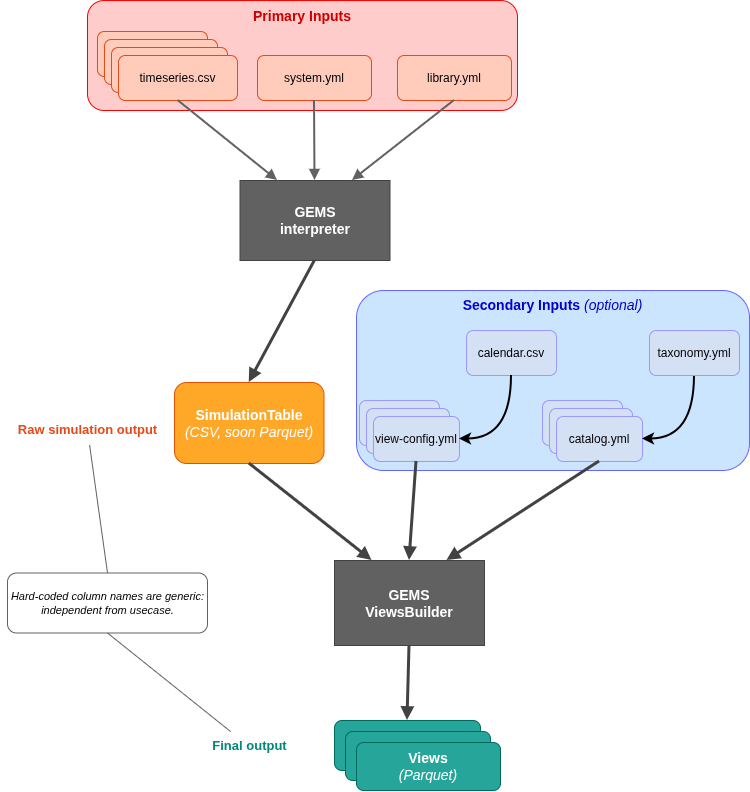
AntaresSimulatorTeam/GEMS keeps this draw.io diagram as doc/assets/architectural_overview.png. Above is the earlier version. Source tidied: cells renumbered, new cells last; positions are measured from the earlier drawing's top-left corner, leaving out a move shared by most shapes.
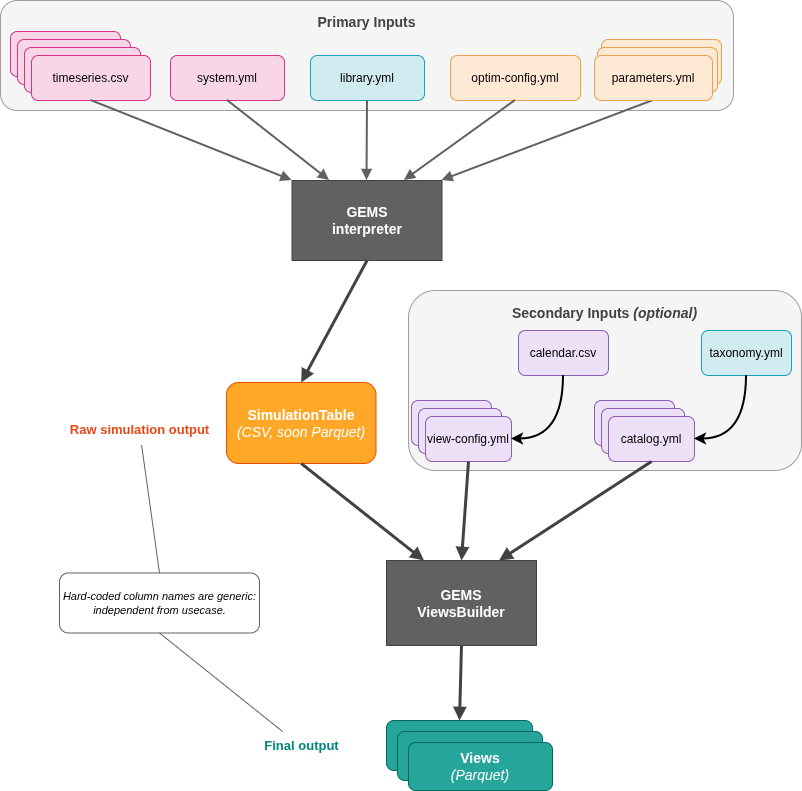
The same file after the commit.

Commit message:
update diagram architectural overview

What changed in the source:
```diff
@@ -2,10 +2,10 @@
   <root>
     <mxCell id="0" />
     <mxCell id="1" parent="0" />
-    <mxCell id="2" value="&lt;div&gt;&lt;b style=&quot;font-size: 14px; white-space: nowrap;&quot;&gt;&lt;font style=&quot;color: rgb(204, 0, 0);&quot;&gt;&lt;b style=&quot;&quot;&gt;Primary Inputs&lt;/b&gt;&lt;/font&gt;&lt;/b&gt;&lt;/div&gt;&lt;div&gt;&lt;br&gt;&lt;/div&gt;&lt;div&gt;&lt;br&gt;&lt;/div&gt;&lt;div&gt;&lt;b style=&quot;font-size: 14px; white-space: nowrap;&quot;&gt;&lt;font style=&quot;color: rgb(204, 0, 0);&quot;&gt;&lt;b style=&quot;&quot;&gt;&lt;br&gt;&lt;/b&gt;&lt;/font&gt;&lt;/b&gt;&lt;/div&gt;&lt;div&gt;&lt;b style=&quot;font-size: 14px; white-space: nowrap;&quot;&gt;&lt;font style=&quot;color: rgb(204, 0, 0);&quot;&gt;&lt;b style=&quot;&quot;&gt;&lt;br&gt;&lt;/b&gt;&lt;/font&gt;&lt;/b&gt;&lt;/div&gt;&lt;div&gt;&lt;b style=&quot;color: rgb(230, 74, 25); font-size: 14px; white-space: nowrap;&quot;&gt;&lt;font style=&quot;color: rgb(153, 153, 255);&quot;&gt;&lt;b style=&quot;color: rgb(230, 74, 25);&quot;&gt;&lt;br&gt;&lt;/b&gt;&lt;/font&gt;&lt;/b&gt;&lt;/div&gt;" style="rounded=1;whiteSpace=wrap;html=1;strokeColor=#FF0000;fillColor=#FFCCCC;" parent="1" vertex="1">
-      <mxGeometry x="87" width="430" height="110" as="geometry" />
+    <mxCell id="2" value="&lt;b style=&quot;font-size: 14px;&quot;&gt;Primary Inputs&lt;/b&gt;&lt;div&gt;&lt;b style=&quot;font-size: 14px;&quot;&gt;&lt;br&gt;&lt;/b&gt;&lt;/div&gt;&lt;div&gt;&lt;b style=&quot;font-size: 14px;&quot;&gt;&lt;br&gt;&lt;/b&gt;&lt;/div&gt;&lt;div&gt;&lt;b style=&quot;font-size: 14px;&quot;&gt;&lt;br&gt;&lt;/b&gt;&lt;/div&gt;&lt;div&gt;&lt;b style=&quot;font-size: 14px;&quot;&gt;&lt;br&gt;&lt;/b&gt;&lt;/div&gt;" style="rounded=1;whiteSpace=wrap;html=1;strokeColor=#9E9E9E;fillColor=#F5F5F5;fontColor=#424242;" parent="1" vertex="1">
+      <mxGeometry x="-52" width="733" height="110" as="geometry" />
     </mxCell>
-    <mxCell id="3" value="&lt;span style=&quot;font-size: 14px; white-space: nowrap;&quot;&gt;&lt;font style=&quot;color: rgb(0, 0, 204);&quot;&gt;&lt;b&gt;Secondary Inputs &lt;/b&gt;&lt;i style=&quot;&quot;&gt;(optional)&lt;/i&gt;&lt;/font&gt;&lt;/span&gt;&lt;div&gt;&lt;b style=&quot;font-size: 14px; white-space: nowrap;&quot;&gt;&lt;font style=&quot;color: rgb(0, 0, 204);&quot;&gt;&lt;br&gt;&lt;/font&gt;&lt;/b&gt;&lt;/div&gt;&lt;div&gt;&lt;b style=&quot;font-size: 14px; white-space: nowrap;&quot;&gt;&lt;font style=&quot;color: rgb(0, 0, 204);&quot;&gt;&lt;br&gt;&lt;/font&gt;&lt;/b&gt;&lt;/div&gt;&lt;div&gt;&lt;b style=&quot;font-size: 14px; white-space: nowrap;&quot;&gt;&lt;font style=&quot;color: rgb(0, 0, 204);&quot;&gt;&lt;br&gt;&lt;/font&gt;&lt;/b&gt;&lt;/div&gt;&lt;div&gt;&lt;b style=&quot;font-size: 14px; white-space: nowrap;&quot;&gt;&lt;font style=&quot;color: rgb(0, 0, 204);&quot;&gt;&lt;br&gt;&lt;/font&gt;&lt;/b&gt;&lt;/div&gt;&lt;div&gt;&lt;b style=&quot;font-size: 14px; white-space: nowrap;&quot;&gt;&lt;font style=&quot;color: rgb(0, 0, 204);&quot;&gt;&lt;br&gt;&lt;/font&gt;&lt;/b&gt;&lt;/div&gt;&lt;div&gt;&lt;b style=&quot;font-size: 14px; white-space: nowrap;&quot;&gt;&lt;font style=&quot;color: rgb(0, 0, 204);&quot;&gt;&lt;br&gt;&lt;/font&gt;&lt;/b&gt;&lt;/div&gt;&lt;div&gt;&lt;b style=&quot;font-size: 14px; white-space: nowrap;&quot;&gt;&lt;font style=&quot;color: rgb(0, 0, 204);&quot;&gt;&lt;br&gt;&lt;/font&gt;&lt;/b&gt;&lt;/div&gt;&lt;div&gt;&lt;b style=&quot;font-size: 14px; white-space: nowrap;&quot;&gt;&lt;font style=&quot;color: rgb(0, 0, 204);&quot;&gt;&lt;br&gt;&lt;/font&gt;&lt;/b&gt;&lt;/div&gt;&lt;div&gt;&lt;b style=&quot;color: rgb(230, 74, 25); font-size: 14px; white-space: nowrap;&quot;&gt;&lt;font style=&quot;color: rgb(153, 153, 255);&quot;&gt;&lt;br&gt;&lt;/font&gt;&lt;/b&gt;&lt;/div&gt;" style="rounded=1;whiteSpace=wrap;html=1;strokeColor=#6666FF;fillColor=#CCE5FF;" parent="1" vertex="1">
+    <mxCell id="3" value="&lt;b style=&quot;font-size: 14px;&quot;&gt;Secondary Inputs &lt;i&gt;(optional)&lt;/i&gt;&lt;/b&gt;&lt;div&gt;&lt;b style=&quot;font-size: 14px;&quot;&gt;&lt;i&gt;&lt;br&gt;&lt;/i&gt;&lt;/b&gt;&lt;/div&gt;&lt;div&gt;&lt;b style=&quot;font-size: 14px;&quot;&gt;&lt;i&gt;&lt;br&gt;&lt;/i&gt;&lt;/b&gt;&lt;/div&gt;&lt;div&gt;&lt;b style=&quot;font-size: 14px;&quot;&gt;&lt;i&gt;&lt;br&gt;&lt;/i&gt;&lt;/b&gt;&lt;/div&gt;&lt;div&gt;&lt;b style=&quot;font-size: 14px;&quot;&gt;&lt;i&gt;&lt;br&gt;&lt;/i&gt;&lt;/b&gt;&lt;/div&gt;&lt;div&gt;&lt;b style=&quot;font-size: 14px;&quot;&gt;&lt;i&gt;&lt;br&gt;&lt;/i&gt;&lt;/b&gt;&lt;/div&gt;&lt;div&gt;&lt;b style=&quot;font-size: 14px;&quot;&gt;&lt;i&gt;&lt;br&gt;&lt;/i&gt;&lt;/b&gt;&lt;/div&gt;&lt;div&gt;&lt;b style=&quot;font-size: 14px;&quot;&gt;&lt;i&gt;&lt;br&gt;&lt;/i&gt;&lt;/b&gt;&lt;/div&gt;&lt;div&gt;&lt;b style=&quot;font-size: 14px;&quot;&gt;&lt;i&gt;&lt;br&gt;&lt;/i&gt;&lt;/b&gt;&lt;/div&gt;" style="rounded=1;whiteSpace=wrap;html=1;strokeColor=#9E9E9E;fillColor=#F5F5F5;fontColor=#424242;" parent="1" vertex="1">
       <mxGeometry x="356" y="290" width="393" height="180" as="geometry" />
     </mxCell>
     <mxCell id="4" value="&lt;i&gt;Hard-coded column names are generic:&lt;br&gt;independent from usecase.&lt;/i&gt;" style="text;html=1;strokeColor=#616161;fillColor=#FFFFFF;align=center;verticalAlign=middle;rounded=1;fontSize=11;" parent="1" vertex="1">
@@ -23,40 +23,43 @@
     <mxCell id="8" value="&lt;b&gt;Final output&lt;/b&gt;" style="text;html=1;strokeColor=none;fillColor=none;align=center;fontSize=13;fontColor=#00897B;" parent="1" vertex="1">
       <mxGeometry x="168.8" y="731" width="160" height="30" as="geometry" />
     </mxCell>
-    <mxCell id="9" value="library.yml" style="rounded=1;whiteSpace=wrap;html=1;fillColor=#FFCCBC;strokeColor=#E64A19;fontStyle=0;fontSize=12;" parent="1" vertex="1">
-      <mxGeometry x="397" y="55" width="114" height="45" as="geometry" />
+    <mxCell id="9" value="library.yml" style="rounded=1;whiteSpace=wrap;html=1;fillColor=#D1ECF1;strokeColor=#17A2B8;fontStyle=0;fontSize=12;" parent="1" vertex="1">
+      <mxGeometry x="258" y="55" width="114" height="45" as="geometry" />
     </mxCell>
-    <mxCell id="10" value="system.yml" style="rounded=1;whiteSpace=wrap;html=1;fillColor=#FFCCBC;strokeColor=#E64A19;fontStyle=0;fontSize=12;" parent="1" vertex="1">
-      <mxGeometry x="257" y="55" width="114" height="45" as="geometry" />
+    <mxCell id="10" value="system.yml" style="rounded=1;whiteSpace=wrap;html=1;fillColor=#F9D6E7;strokeColor=#D63384;fontStyle=0;fontSize=12;" parent="1" vertex="1">
+      <mxGeometry x="118" y="55" width="114" height="45" as="geometry" />
     </mxCell>
-    <mxCell id="11" style="rounded=1;whiteSpace=wrap;html=1;fillColor=#FFCCBC;strokeColor=#E64A19;" parent="1" vertex="1">
-      <mxGeometry x="97" y="31" width="110" height="45" as="geometry" />
+    <mxCell id="11" style="rounded=1;whiteSpace=wrap;html=1;fillColor=#F9D6E7;strokeColor=#D63384;" parent="1" vertex="1">
+      <mxGeometry x="-42" y="31" width="110" height="45" as="geometry" />
     </mxCell>
-    <mxCell id="12" style="rounded=1;whiteSpace=wrap;html=1;fillColor=#FFCCBC;strokeColor=#E64A19;" parent="1" vertex="1">
-      <mxGeometry x="104" y="39" width="113" height="45" as="geometry" />
+    <mxCell id="12" style="rounded=1;whiteSpace=wrap;html=1;fillColor=#F9D6E7;strokeColor=#D63384;" parent="1" vertex="1">
+      <mxGeometry x="-35" y="39" width="113" height="45" as="geometry" />
     </mxCell>
-    <mxCell id="13" style="rounded=1;whiteSpace=wrap;html=1;fillColor=#FFCCBC;strokeColor=#E64A19;" parent="1" vertex="1">
-      <mxGeometry x="111" y="47" width="116" height="45" as="geometry" />
+    <mxCell id="13" style="rounded=1;whiteSpace=wrap;html=1;fillColor=#F9D6E7;strokeColor=#D63384;" parent="1" vertex="1">
+      <mxGeometry x="-28" y="47" width="116" height="45" as="geometry" />
     </mxCell>
-    <mxCell id="14" value="timeseries.csv" style="rounded=1;whiteSpace=wrap;html=1;fillColor=#FFCCBC;strokeColor=#E64A19;fontStyle=0;fontSize=12;" parent="1" vertex="1">
-      <mxGeometry x="118" y="55" width="119" height="45" as="geometry" />
+    <mxCell id="14" value="timeseries.csv" style="rounded=1;whiteSpace=wrap;html=1;fillColor=#F9D6E7;strokeColor=#D63384;fontStyle=0;fontSize=12;" parent="1" vertex="1">
+      <mxGeometry x="-21" y="55" width="119" height="45" as="geometry" />
     </mxCell>
+    <mxCell id="39" value="optim-config.yml" style="rounded=1;whiteSpace=wrap;html=1;fillColor=#FEE9D4;strokeColor=#E8A14E;fontStyle=0;fontSize=12;" parent="1" vertex="1">
+      <mxGeometry x="398" y="55" width="130" height="45" as="geometry" />
+    </mxCell>
-    <mxCell id="15" style="rounded=1;whiteSpace=wrap;html=1;fillColor=#D4E1F5;strokeColor=#9999FF;" parent="1" vertex="1">
+    <mxCell id="15" style="rounded=1;whiteSpace=wrap;html=1;fillColor=#EDE0F7;strokeColor=#8B5FB5;" parent="1" vertex="1">
       <mxGeometry x="542" y="400" width="80" height="45" as="geometry" />
     </mxCell>
-    <mxCell id="16" style="rounded=1;whiteSpace=wrap;html=1;fillColor=#D4E1F5;strokeColor=#9999FF;" parent="1" vertex="1">
+    <mxCell id="16" style="rounded=1;whiteSpace=wrap;html=1;fillColor=#EDE0F7;strokeColor=#8B5FB5;" parent="1" vertex="1">
       <mxGeometry x="549" y="408" width="83" height="45" as="geometry" />
     </mxCell>
-    <mxCell id="17" value="catalog.yml" style="rounded=1;whiteSpace=wrap;html=1;fillColor=#D4E1F5;strokeColor=#9999FF;fontStyle=0;fontSize=12;" parent="1" vertex="1">
+    <mxCell id="17" value="catalog.yml" style="rounded=1;whiteSpace=wrap;html=1;fillColor=#EDE0F7;strokeColor=#8B5FB5;fontStyle=0;fontSize=12;" parent="1" vertex="1">
       <mxGeometry x="556" y="416" width="86" height="45" as="geometry" />
     </mxCell>
-    <mxCell id="18" style="rounded=1;whiteSpace=wrap;html=1;fillColor=#D4E1F5;strokeColor=#9999FF;" parent="1" vertex="1">
+    <mxCell id="18" style="rounded=1;whiteSpace=wrap;html=1;fillColor=#EDE0F7;strokeColor=#8B5FB5;" parent="1" vertex="1">
       <mxGeometry x="359" y="400" width="80" height="45" as="geometry" />
     </mxCell>
-    <mxCell id="19" style="rounded=1;whiteSpace=wrap;html=1;fillColor=#D4E1F5;strokeColor=#9999FF;" parent="1" vertex="1">
+    <mxCell id="19" style="rounded=1;whiteSpace=wrap;html=1;fillColor=#EDE0F7;strokeColor=#8B5FB5;" parent="1" vertex="1">
       <mxGeometry x="366" y="408" width="83" height="45" as="geometry" />
     </mxCell>
-    <mxCell id="20" value="view-config.yml" style="rounded=1;whiteSpace=wrap;html=1;fillColor=#D4E1F5;strokeColor=#9999FF;fontStyle=0;fontSize=12;" parent="1" vertex="1">
+    <mxCell id="20" value="view-config.yml" style="rounded=1;whiteSpace=wrap;html=1;fillColor=#EDE0F7;strokeColor=#8B5FB5;fontStyle=0;fontSize=12;" parent="1" vertex="1">
       <mxGeometry x="373" y="416" width="86" height="45" as="geometry" />
     </mxCell>
     <mxCell id="21" value="GEMS&lt;br&gt;interpreter" style="rounded=0;whiteSpace=wrap;html=1;fillColor=#616161;strokeColor=#424242;fontColor=#FFFFFF;fontStyle=1;fontSize=14;verticalAlign=middle;" parent="1" vertex="1">
@@ -77,15 +80,27 @@
     <mxCell id="26" value="Views&lt;br&gt;&lt;i style=&quot;font-weight: normal;&quot;&gt;(Parquet)&lt;/i&gt;" style="rounded=1;whiteSpace=wrap;html=1;fillColor=#26A69A;strokeColor=#00695C;fontColor=#FFFFFF;fontStyle=1;fontSize=14;verticalAlign=middle;" parent="1" vertex="1">
       <mxGeometry x="356" y="742" width="144" height="48" as="geometry" />
     </mxCell>
+    <mxCell id="34" value="taxonomy.yml" style="rounded=1;whiteSpace=wrap;html=1;fillColor=#D1ECF1;strokeColor=#17A2B8;fontStyle=0;fontSize=12;" parent="1" vertex="1">
+      <mxGeometry x="649" y="330" width="90" height="45" as="geometry" />
+    </mxCell>
+    <mxCell id="37" value="calendar.csv" style="rounded=1;whiteSpace=wrap;html=1;fillColor=#EDE0F7;strokeColor=#8B5FB5;fontStyle=0;fontSize=12;" parent="1" vertex="1">
+      <mxGeometry x="466" y="330" width="90" height="45" as="geometry" />
+    </mxCell>
-    <mxCell id="27" style="endArrow=block;endFill=1;html=1;strokeColor=#616161;strokeWidth=2;exitX=0.5;exitY=1;exitDx=0;exitDy=0;entryX=0.75;entryY=0;entryDx=0;entryDy=0;" parent="1" edge="1" source="9" target="21">
+    <mxCell id="27" style="endArrow=block;endFill=1;html=1;strokeColor=#616161;strokeWidth=2;exitX=0.5;exitY=1;exitDx=0;exitDy=0;entryX=0.5;entryY=0;entryDx=0;entryDy=0;" parent="1" edge="1" source="9" target="21">
       <mxGeometry relative="1" as="geometry" />
     </mxCell>
-    <mxCell id="28" style="endArrow=block;endFill=1;html=1;strokeColor=#616161;strokeWidth=2;exitX=0.5;exitY=1;exitDx=0;exitDy=0;entryX=0.5;entryY=0;entryDx=0;entryDy=0;" parent="1" edge="1" source="10" target="21">
+    <mxCell id="28" style="endArrow=block;endFill=1;html=1;strokeColor=#616161;strokeWidth=2;exitX=0.5;exitY=1;exitDx=0;exitDy=0;entryX=0.25;entryY=0;entryDx=0;entryDy=0;" parent="1" edge="1" source="10" target="21">
       <mxGeometry relative="1" as="geometry" />
     </mxCell>
-    <mxCell id="29" style="endArrow=block;endFill=1;html=1;strokeColor=#616161;strokeWidth=2;exitX=0.5;exitY=1;exitDx=0;exitDy=0;entryX=0.25;entryY=0;entryDx=0;entryDy=0;" parent="1" edge="1" source="14" target="21">
+    <mxCell id="29" style="endArrow=block;endFill=1;html=1;strokeColor=#616161;strokeWidth=2;exitX=0.5;exitY=1;exitDx=0;exitDy=0;entryX=0;entryY=0;entryDx=0;entryDy=0;" parent="1" edge="1" source="14" target="21">
       <mxGeometry relative="1" as="geometry" />
     </mxCell>
+    <mxCell id="40" style="endArrow=block;endFill=1;html=1;strokeColor=#616161;strokeWidth=2;entryX=0.75;entryY=0;entryDx=0;entryDy=0;exitX=0.5;exitY=1;exitDx=0;exitDy=0;" parent="1" edge="1" source="39" target="21">
+      <mxGeometry relative="1" as="geometry" />
+    </mxCell>
+    <mxCell id="41" style="endArrow=block;endFill=1;html=1;strokeColor=#616161;strokeWidth=2;exitX=0.5;exitY=1;exitDx=0;exitDy=0;entryX=1;entryY=0;entryDx=0;entryDy=0;" parent="1" edge="1" source="44" target="21">
+      <mxGeometry relative="1" as="geometry" />
+    </mxCell>
     <mxCell id="30" style="endArrow=block;endFill=1;html=1;strokeColor=#424242;strokeWidth=3;exitX=0.5;exitY=1;exitDx=0;exitDy=0;entryX=0.5;entryY=0;entryDx=0;entryDy=0;" parent="1" edge="1" source="21" target="22">
       <mxGeometry relative="1" as="geometry" />
     </mxCell>
@@ -98,20 +113,23 @@
     <mxCell id="33" style="edgeStyle=orthogonalEdgeStyle;curved=1;rounded=0;jettySize=auto;html=1;entryX=1;entryY=0.5;entryDx=0;entryDy=0;exitX=0.5;exitY=1;exitDx=0;exitDy=0;strokeWidth=2;" parent="1" edge="1" source="34" target="17">
       <mxGeometry relative="1" as="geometry" />
     </mxCell>
-    <mxCell id="34" value="taxonomy.yml" style="rounded=1;whiteSpace=wrap;html=1;fillColor=#D4E1F5;strokeColor=#9999FF;fontStyle=0;fontSize=12;" parent="1" vertex="1">
-      <mxGeometry x="649" y="330" width="90" height="45" as="geometry" />
-    </mxCell>
+    <mxCell id="42" style="rounded=1;whiteSpace=wrap;html=1;fillColor=#FEE9D4;strokeColor=#E8A14E;" parent="1" vertex="1">
+      <mxGeometry x="549" y="39" width="120" height="45" as="geometry" />
+    </mxCell>
     <mxCell id="35" style="endArrow=block;endFill=1;html=1;strokeColor=#424242;strokeWidth=3;exitX=0.5;exitY=1;exitDx=0;exitDy=0;entryX=0.75;entryY=0;entryDx=0;entryDy=0;" parent="1" edge="1" source="17" target="23">
       <mxGeometry relative="1" as="geometry" />
     </mxCell>
     <mxCell id="36" style="endArrow=block;endFill=1;html=1;strokeColor=#424242;strokeWidth=3;exitX=0.5;exitY=1;exitDx=0;exitDy=0;entryX=0.5;entryY=0;entryDx=0;entryDy=0;" parent="1" edge="1" source="20" target="23">
       <mxGeometry relative="1" as="geometry" />
     </mxCell>
-    <mxCell id="37" value="calendar.csv" style="rounded=1;whiteSpace=wrap;html=1;fillColor=#D4E1F5;strokeColor=#9999FF;fontStyle=0;fontSize=12;" parent="1" vertex="1">
-      <mxGeometry x="466" y="330" width="90" height="45" as="geometry" />
-    </mxCell>
     <mxCell id="38" style="edgeStyle=orthogonalEdgeStyle;curved=1;rounded=0;jettySize=auto;html=1;entryX=1;entryY=0.5;entryDx=0;entryDy=0;exitX=0.5;exitY=1;exitDx=0;exitDy=0;strokeWidth=2;" parent="1" edge="1" source="37" target="20">
       <mxGeometry relative="1" as="geometry" />
     </mxCell>
+    <mxCell id="43" style="rounded=1;whiteSpace=wrap;html=1;fillColor=#FEE9D4;strokeColor=#E8A14E;" parent="1" vertex="1">
+      <mxGeometry x="545" y="47" width="120" height="45" as="geometry" />
+    </mxCell>
+    <mxCell id="44" value="parameters.yml" style="rounded=1;whiteSpace=wrap;html=1;fillColor=#FEE9D4;strokeColor=#E8A14E;fontStyle=0;fontSize=12;" parent="1" vertex="1">
+      <mxGeometry x="542" y="55" width="118" height="45" as="geometry" />
+    </mxCell>
   </root>
 </mxGraphModel>
```
